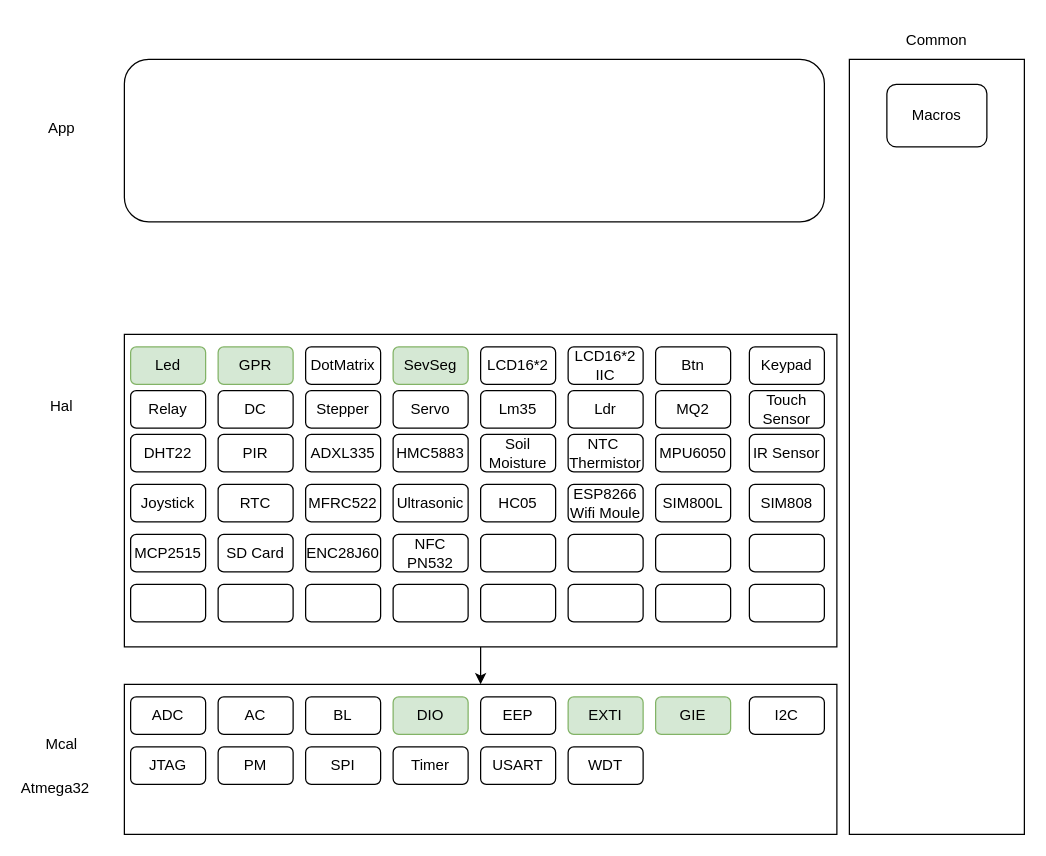
This is Layer.drawio from Hisham4Ahmed/Driver_Reference, a draw.io file, before an edit. Source tidied: cells renumbered, new cells numbered last; positions are measured from the earlier drawing's top-left corner, leaving out a move shared by most shapes. Both pictures are drawn from the tidied source at 125%, with x=0, y=0 at pixel (24, 21).
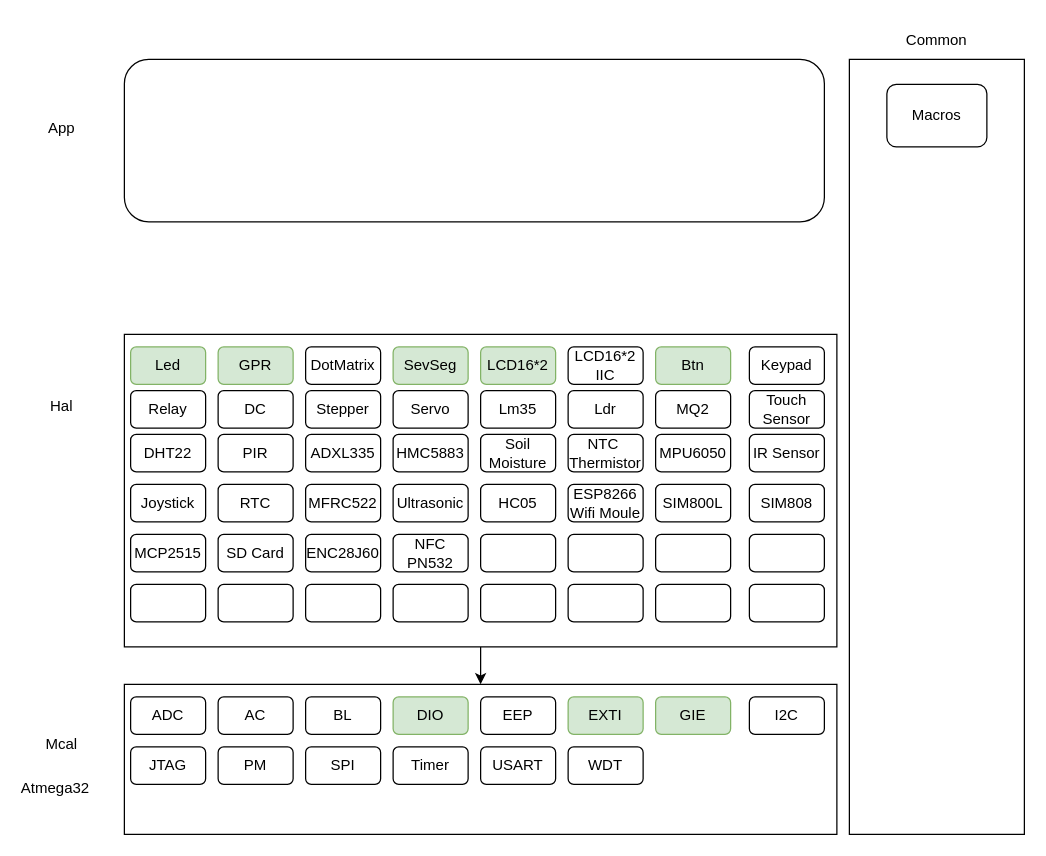
Above is the later version.

Diff of the diagram source:
```diff
@@
-    <mxCell id="28" value="LCD16*2" style="rounded=1;whiteSpace=wrap;html=1;" parent="1" vertex="1">
+    <mxCell id="28" value="LCD16*2" style="rounded=1;whiteSpace=wrap;html=1;fillColor=#d5e8d4;strokeColor=#82b366;" parent="1" vertex="1">
       <mxGeometry x="365" y="260" width="60" height="30" as="geometry" />
     </mxCell>
@@
-    <mxCell id="31" value="Btn" style="rounded=1;whiteSpace=wrap;html=1;" parent="1" vertex="1">
+    <mxCell id="31" value="Btn" style="rounded=1;whiteSpace=wrap;html=1;fillColor=#d5e8d4;strokeColor=#82b366;" parent="1" vertex="1">
       <mxGeometry x="505" y="260" width="60" height="30" as="geometry" />
     </mxCell>
```
